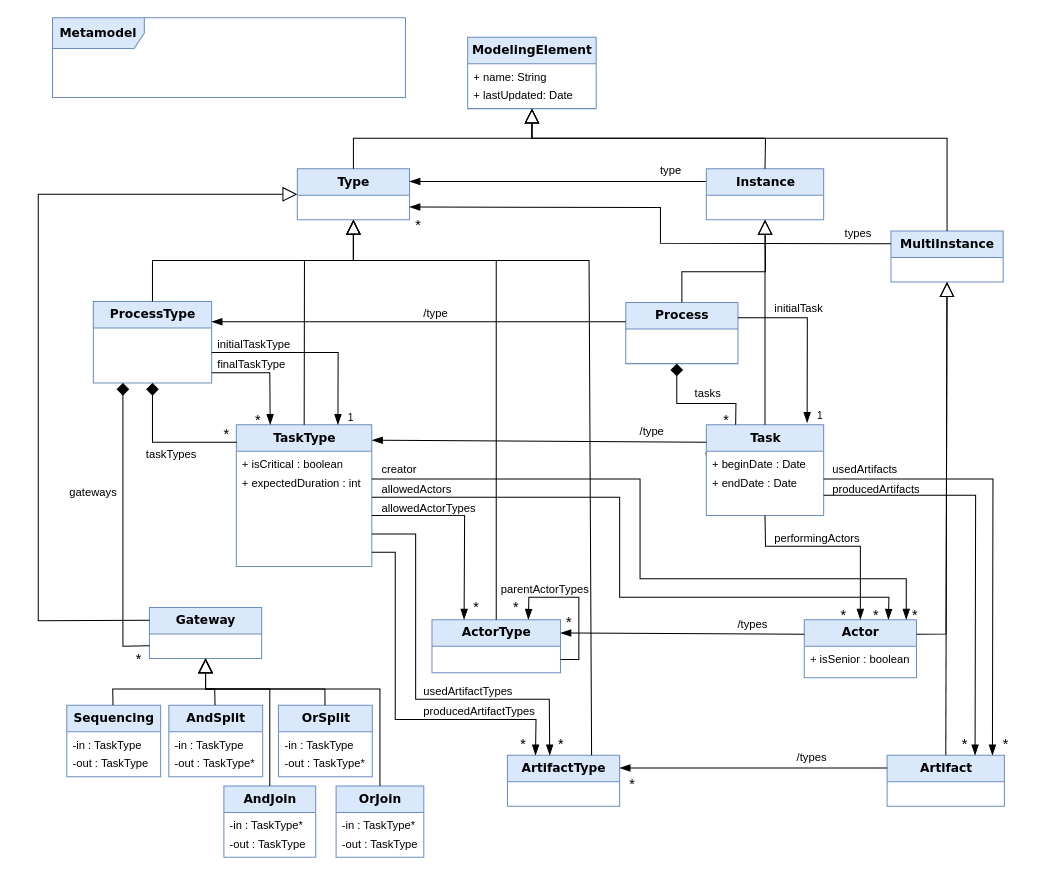
Before: Figures/Metamodel.drawio in labsticc-p4s/multi-process-challenge, a draw.io diagram. Source tidied: cells renumbered, new cells numbered last; positions are measured from the earlier drawing's top-left corner, leaving out a move shared by most shapes. Both pictures are drawn from the tidied source at 102%, with x=0, y=0 at pixel (38, 17).
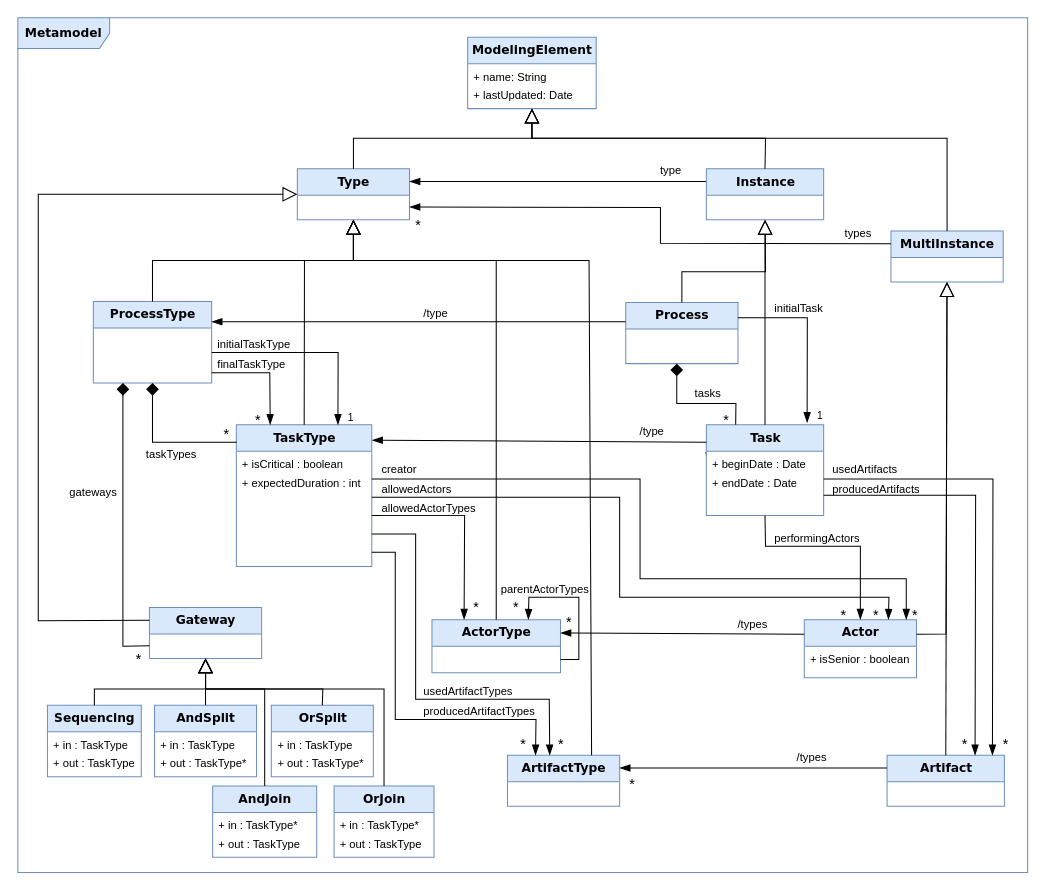
After the change.

Unchanged cells that the change refers to:
```xml
<mxCell id="31" value="&lt;font style=&quot;font-size: 12px&quot;&gt;&lt;b&gt;Gateway&lt;/b&gt;&lt;/font&gt;" style="swimlane;html=1;fontStyle=0;horizontal=1;startSize=26;fillColor=#dae8fc;swimlaneFillColor=#ffffff;rounded=0;shadow=0;comic=0;labelBackgroundColor=none;strokeWidth=1;fontFamily=Verdana;fontSize=10;align=center;strokeColor=#6c8ebf;" parent="1" vertex="1">
  <mxGeometry x="109" y="578" width="110" height="50" as="geometry" />
</mxCell>
```

Change to the diagram source:
```diff
@@
     <mxCell id="2" value="&lt;b&gt;&lt;font style=&quot;font-size: 12px&quot;&gt;Metamodel&lt;/font&gt;&lt;/b&gt;" style="shape=umlFrame;whiteSpace=wrap;html=1;rounded=0;shadow=0;comic=0;labelBackgroundColor=none;strokeWidth=1;fontFamily=Verdana;fontSize=10;align=center;width=90;height=30;fillColor=#dae8fc;strokeColor=#6c8ebf;" parent="1" vertex="1">
-      <mxGeometry x="14" width="346" height="78" as="geometry" />
+      <mxGeometry x="-20" width="990" height="838" as="geometry" />
     </mxCell>
@@
     <mxCell id="61" value="&lt;font style=&quot;font-size: 12px&quot;&gt;&lt;b&gt;Sequencing&lt;/b&gt;&lt;/font&gt;" style="swimlane;html=1;fontStyle=0;horizontal=1;startSize=26;fillColor=#dae8fc;swimlaneFillColor=#ffffff;rounded=0;shadow=0;comic=0;labelBackgroundColor=none;strokeWidth=1;fontFamily=Verdana;fontSize=10;align=center;strokeColor=#6c8ebf;" parent="1" vertex="1">
-      <mxGeometry x="28" y="674" width="92" height="70" as="geometry" />
+      <mxGeometry x="9" y="674" width="92" height="70" as="geometry" />
     </mxCell>
-    <mxCell id="62" value="&lt;div&gt;-in : TaskType&lt;/div&gt;" style="text;html=1;strokeColor=none;fillColor=none;align=left;verticalAlign=top;spacingLeft=4;spacingRight=4;whiteSpace=wrap;overflow=hidden;fontSize=11;" parent="61" vertex="1">
+    <mxCell id="62" value="&lt;div&gt;+ in : TaskType&lt;/div&gt;" style="text;html=1;strokeColor=none;fillColor=none;align=left;verticalAlign=top;spacingLeft=4;spacingRight=4;whiteSpace=wrap;overflow=hidden;fontSize=11;" parent="61" vertex="1">
       <mxGeometry y="26" width="92" height="18" as="geometry" />
     </mxCell>
-    <mxCell id="63" value="-out : TaskType" style="text;html=1;strokeColor=none;fillColor=none;align=left;verticalAlign=top;spacingLeft=4;spacingRight=4;whiteSpace=wrap;overflow=hidden;fontSize=11;" parent="61" vertex="1">
+    <mxCell id="63" value="+ out : TaskType" style="text;html=1;strokeColor=none;fillColor=none;align=left;verticalAlign=top;spacingLeft=4;spacingRight=4;whiteSpace=wrap;overflow=hidden;fontSize=11;" parent="61" vertex="1">
       <mxGeometry y="44" width="92" height="18" as="geometry" />
     </mxCell>
     <mxCell id="64" value="&lt;font style=&quot;font-size: 12px&quot;&gt;&lt;b&gt;AndSplit&lt;/b&gt;&lt;/font&gt;" style="swimlane;html=1;fontStyle=0;horizontal=1;startSize=26;fillColor=#dae8fc;swimlaneFillColor=#ffffff;rounded=0;shadow=0;comic=0;labelBackgroundColor=none;strokeWidth=1;fontFamily=Verdana;fontSize=10;align=center;strokeColor=#6c8ebf;" parent="1" vertex="1">
-      <mxGeometry x="128" y="674" width="92" height="70" as="geometry" />
+      <mxGeometry x="114" y="674" width="100" height="70" as="geometry" />
     </mxCell>
-    <mxCell id="65" value="-in : TaskType" style="text;html=1;strokeColor=none;fillColor=none;align=left;verticalAlign=top;spacingLeft=4;spacingRight=4;whiteSpace=wrap;overflow=hidden;fontSize=11;" parent="64" vertex="1">
-      <mxGeometry y="26" width="92" height="18" as="geometry" />
+    <mxCell id="65" value="+ in : TaskType" style="text;html=1;strokeColor=none;fillColor=none;align=left;verticalAlign=top;spacingLeft=4;spacingRight=4;whiteSpace=wrap;overflow=hidden;fontSize=11;" parent="64" vertex="1">
+      <mxGeometry y="26" width="100" height="18" as="geometry" />
     </mxCell>
-    <mxCell id="66" value="-out : TaskType*" style="text;html=1;strokeColor=none;fillColor=none;align=left;verticalAlign=top;spacingLeft=4;spacingRight=4;whiteSpace=wrap;overflow=hidden;fontSize=11;" parent="64" vertex="1">
-      <mxGeometry y="44" width="92" height="18" as="geometry" />
+    <mxCell id="66" value="+ out : TaskType*" style="text;html=1;strokeColor=none;fillColor=none;align=left;verticalAlign=top;spacingLeft=4;spacingRight=4;whiteSpace=wrap;overflow=hidden;fontSize=11;" parent="64" vertex="1">
+      <mxGeometry y="44" width="100" height="18" as="geometry" />
     </mxCell>
     <mxCell id="67" value="&lt;font style=&quot;font-size: 12px&quot;&gt;&lt;b&gt;OrSplit&lt;/b&gt;&lt;/font&gt;" style="swimlane;html=1;fontStyle=0;horizontal=1;startSize=26;fillColor=#dae8fc;swimlaneFillColor=#ffffff;rounded=0;shadow=0;comic=0;labelBackgroundColor=none;strokeWidth=1;fontFamily=Verdana;fontSize=10;align=center;strokeColor=#6c8ebf;" parent="1" vertex="1">
-      <mxGeometry x="235.5" y="674" width="92" height="70" as="geometry" />
+      <mxGeometry x="228.5" y="674" width="100" height="70" as="geometry" />
     </mxCell>
-    <mxCell id="68" value="-in : TaskType" style="text;html=1;strokeColor=none;fillColor=none;align=left;verticalAlign=top;spacingLeft=4;spacingRight=4;whiteSpace=wrap;overflow=hidden;fontSize=11;" parent="67" vertex="1">
-      <mxGeometry y="26" width="92" height="18" as="geometry" />
+    <mxCell id="68" value="+ in : TaskType" style="text;html=1;strokeColor=none;fillColor=none;align=left;verticalAlign=top;spacingLeft=4;spacingRight=4;whiteSpace=wrap;overflow=hidden;fontSize=11;" parent="67" vertex="1">
+      <mxGeometry y="26" width="100" height="18" as="geometry" />
     </mxCell>
-    <mxCell id="69" value="-out : TaskType*" style="text;html=1;strokeColor=none;fillColor=none;align=left;verticalAlign=top;spacingLeft=4;spacingRight=4;whiteSpace=wrap;overflow=hidden;fontSize=11;" parent="67" vertex="1">
-      <mxGeometry y="44" width="92" height="18" as="geometry" />
+    <mxCell id="69" value="+ out : TaskType*" style="text;html=1;strokeColor=none;fillColor=none;align=left;verticalAlign=top;spacingLeft=4;spacingRight=4;whiteSpace=wrap;overflow=hidden;fontSize=11;" parent="67" vertex="1">
+      <mxGeometry y="44" width="100" height="18" as="geometry" />
     </mxCell>
     <mxCell id="70" value="&lt;font style=&quot;font-size: 12px&quot;&gt;&lt;b&gt;AndJoin&lt;/b&gt;&lt;/font&gt;" style="swimlane;html=1;fontStyle=0;horizontal=1;startSize=26;fillColor=#dae8fc;swimlaneFillColor=#ffffff;rounded=0;shadow=0;comic=0;labelBackgroundColor=none;strokeWidth=1;fontFamily=Verdana;fontSize=10;align=center;strokeColor=#6c8ebf;" parent="1" vertex="1">
-      <mxGeometry x="182" y="753" width="90" height="70" as="geometry" />
+      <mxGeometry x="171" y="753" width="102" height="70" as="geometry" />
     </mxCell>
-    <mxCell id="71" value="-in : TaskType*" style="text;html=1;strokeColor=none;fillColor=none;align=left;verticalAlign=top;spacingLeft=4;spacingRight=4;whiteSpace=wrap;overflow=hidden;fontSize=11;" parent="70" vertex="1">
-      <mxGeometry y="26" width="90" height="18" as="geometry" />
+    <mxCell id="71" value="+ in : TaskType*" style="text;html=1;strokeColor=none;fillColor=none;align=left;verticalAlign=top;spacingLeft=4;spacingRight=4;whiteSpace=wrap;overflow=hidden;fontSize=11;" parent="70" vertex="1">
+      <mxGeometry y="26" width="102" height="18" as="geometry" />
     </mxCell>
-    <mxCell id="72" value="&lt;div&gt;-out : TaskType&lt;/div&gt;&lt;div&gt;&lt;br&gt;&lt;/div&gt;" style="text;html=1;strokeColor=none;fillColor=none;align=left;verticalAlign=top;spacingLeft=4;spacingRight=4;whiteSpace=wrap;overflow=hidden;fontSize=11;" parent="70" vertex="1">
-      <mxGeometry y="44" width="90" height="18" as="geometry" />
+    <mxCell id="72" value="&lt;div&gt;+ out : TaskType&lt;/div&gt;&lt;div&gt;&lt;br&gt;&lt;/div&gt;" style="text;html=1;strokeColor=none;fillColor=none;align=left;verticalAlign=top;spacingLeft=4;spacingRight=4;whiteSpace=wrap;overflow=hidden;fontSize=11;" parent="70" vertex="1">
+      <mxGeometry y="44" width="102" height="18" as="geometry" />
     </mxCell>
     <mxCell id="73" value="&lt;font style=&quot;font-size: 12px&quot;&gt;&lt;b&gt;OrJoin&lt;/b&gt;&lt;/font&gt;" style="swimlane;html=1;fontStyle=0;horizontal=1;startSize=26;fillColor=#dae8fc;swimlaneFillColor=#ffffff;rounded=0;shadow=0;comic=0;labelBackgroundColor=none;strokeWidth=1;fontFamily=Verdana;fontSize=10;align=center;strokeColor=#6c8ebf;" parent="1" vertex="1">
-      <mxGeometry x="292" y="753" width="86" height="70" as="geometry" />
+      <mxGeometry x="290" y="753" width="98" height="70" as="geometry" />
     </mxCell>
-    <mxCell id="74" value="-in : TaskType*" style="text;html=1;strokeColor=none;fillColor=none;align=left;verticalAlign=top;spacingLeft=4;spacingRight=4;whiteSpace=wrap;overflow=hidden;fontSize=11;" parent="73" vertex="1">
-      <mxGeometry y="26" width="86" height="18" as="geometry" />
+    <mxCell id="74" value="+ in : TaskType*" style="text;html=1;strokeColor=none;fillColor=none;align=left;verticalAlign=top;spacingLeft=4;spacingRight=4;whiteSpace=wrap;overflow=hidden;fontSize=11;" parent="73" vertex="1">
+      <mxGeometry y="26" width="98" height="18" as="geometry" />
     </mxCell>
-    <mxCell id="75" value="&lt;div&gt;-out : TaskType&lt;/div&gt;&lt;div&gt;&lt;br&gt;&lt;/div&gt;" style="text;html=1;strokeColor=none;fillColor=none;align=left;verticalAlign=top;spacingLeft=4;spacingRight=4;whiteSpace=wrap;overflow=hidden;fontSize=11;" parent="73" vertex="1">
-      <mxGeometry y="44" width="86" height="18" as="geometry" />
+    <mxCell id="75" value="&lt;div&gt;+ out : TaskType&lt;/div&gt;&lt;div&gt;&lt;br&gt;&lt;/div&gt;" style="text;html=1;strokeColor=none;fillColor=none;align=left;verticalAlign=top;spacingLeft=4;spacingRight=4;whiteSpace=wrap;overflow=hidden;fontSize=11;" parent="73" vertex="1">
+      <mxGeometry y="44" width="98" height="18" as="geometry" />
     </mxCell>
-    <mxCell id="76" style="endArrow=block;endSize=12;endFill=0;html=1;rounded=0;" parent="1" edge="1" source="61" target="31">
+    <mxCell id="76" style="endArrow=block;endSize=12;endFill=0;html=1;rounded=0;exitX=0.5;exitY=0;exitDx=0;exitDy=0;" parent="1" edge="1" source="61" target="31">
       <mxGeometry relative="1" as="geometry">
         <Array as="points">
-          <mxPoint x="73" y="658" />
+          <mxPoint x="55" y="658" />
           <mxPoint x="164" y="658" />
         </Array>
       </mxGeometry>
     </mxCell>
     <mxCell id="77" style="endArrow=block;endSize=12;endFill=0;html=1;rounded=0;entryX=0.5;entryY=1;entryDx=0;entryDy=0;" parent="1" edge="1" source="64" target="31">
-      <mxGeometry relative="1" as="geometry">
-        <Array as="points">
-          <mxPoint x="173" y="658" />
-          <mxPoint x="164" y="658" />
-        </Array>
-      </mxGeometry>
+      <mxGeometry relative="1" as="geometry" />
     </mxCell>
-    <mxCell id="78" style="endArrow=block;endSize=12;endFill=0;html=1;rounded=0;" parent="1" edge="1" source="67" target="31">
+    <mxCell id="78" style="endArrow=block;endSize=12;endFill=0;html=1;rounded=0;exitX=0.5;exitY=0;exitDx=0;exitDy=0;" parent="1" edge="1" source="67" target="31">
       <mxGeometry relative="1" as="geometry">
         <Array as="points">
-          <mxPoint x="281" y="658" />
+          <mxPoint x="279" y="658" />
           <mxPoint x="164" y="658" />
         </Array>
       </mxGeometry>
     </mxCell>
     <mxCell id="79" style="endArrow=block;endSize=12;endFill=0;html=1;rounded=0;" parent="1" edge="1" source="70" target="31">
       <mxGeometry relative="1" as="geometry">
         <Array as="points">
-          <mxPoint x="227" y="658" />
+          <mxPoint x="222" y="658" />
           <mxPoint x="164" y="658" />
         </Array>
       </mxGeometry>
     </mxCell>
-    <mxCell id="80" style="endArrow=block;endSize=12;endFill=0;html=1;rounded=0;" parent="1" edge="1" source="73" target="31">
+    <mxCell id="80" style="endArrow=block;endSize=12;endFill=0;html=1;rounded=0;exitX=0.5;exitY=0;exitDx=0;exitDy=0;" parent="1" edge="1" source="73" target="31">
       <mxGeometry relative="1" as="geometry">
         <Array as="points">
-          <mxPoint x="335" y="658" />
+          <mxPoint x="339" y="658" />
           <mxPoint x="307" y="658" />
           <mxPoint x="164" y="658" />
         </Array>
       </mxGeometry>
     </mxCell>
```
